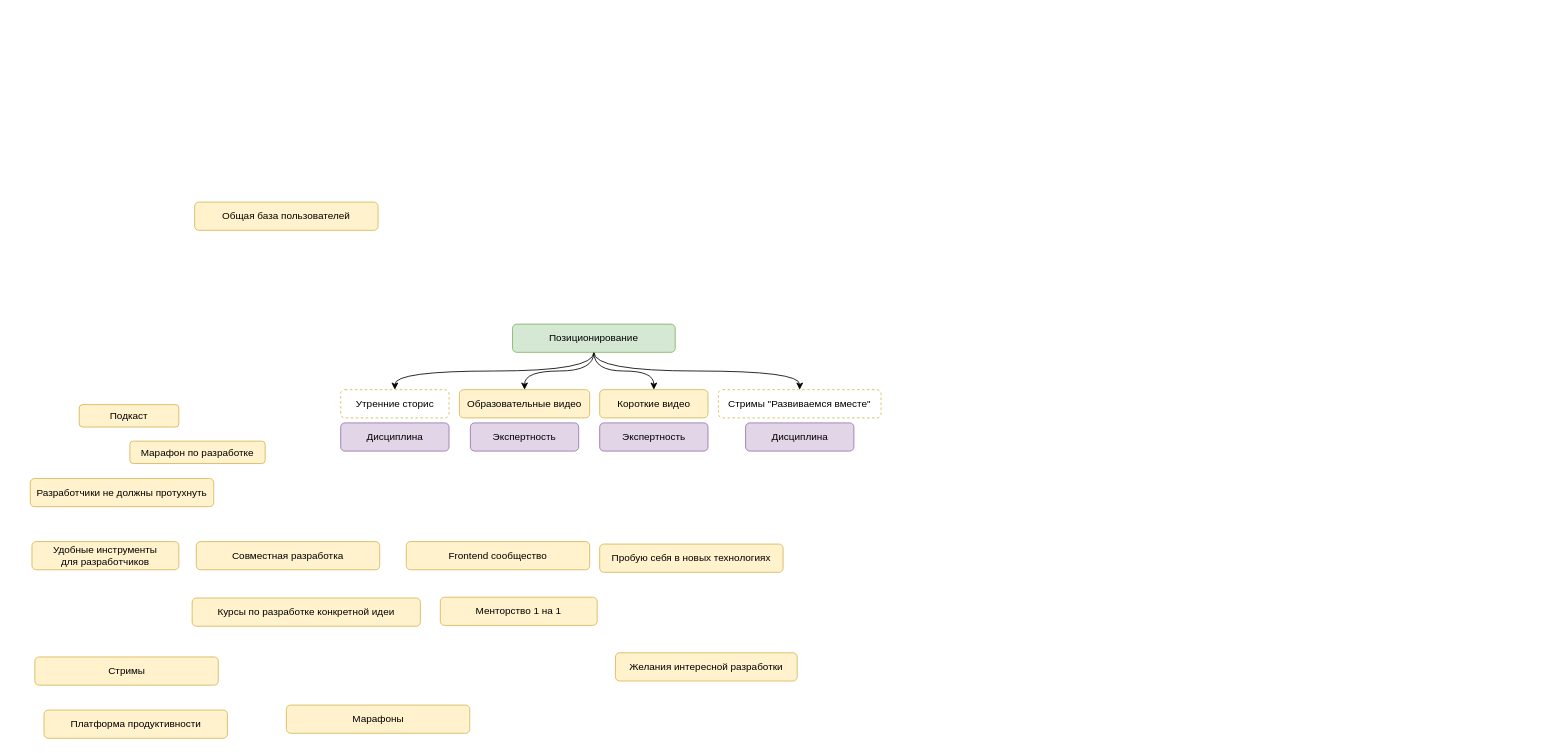
orlov-oleg-developer/uml-diagrams keeps this draw.io diagram as Ecosystem.drawio. Above is the earlier version. Source tidied: cells renumbered, new cells numbered last; positions are measured from the earlier drawing's top-left corner, leaving out a move shared by most shapes. Both pictures are drawn from the tidied source at 83%, with x=0, y=0 at pixel (30, 202).
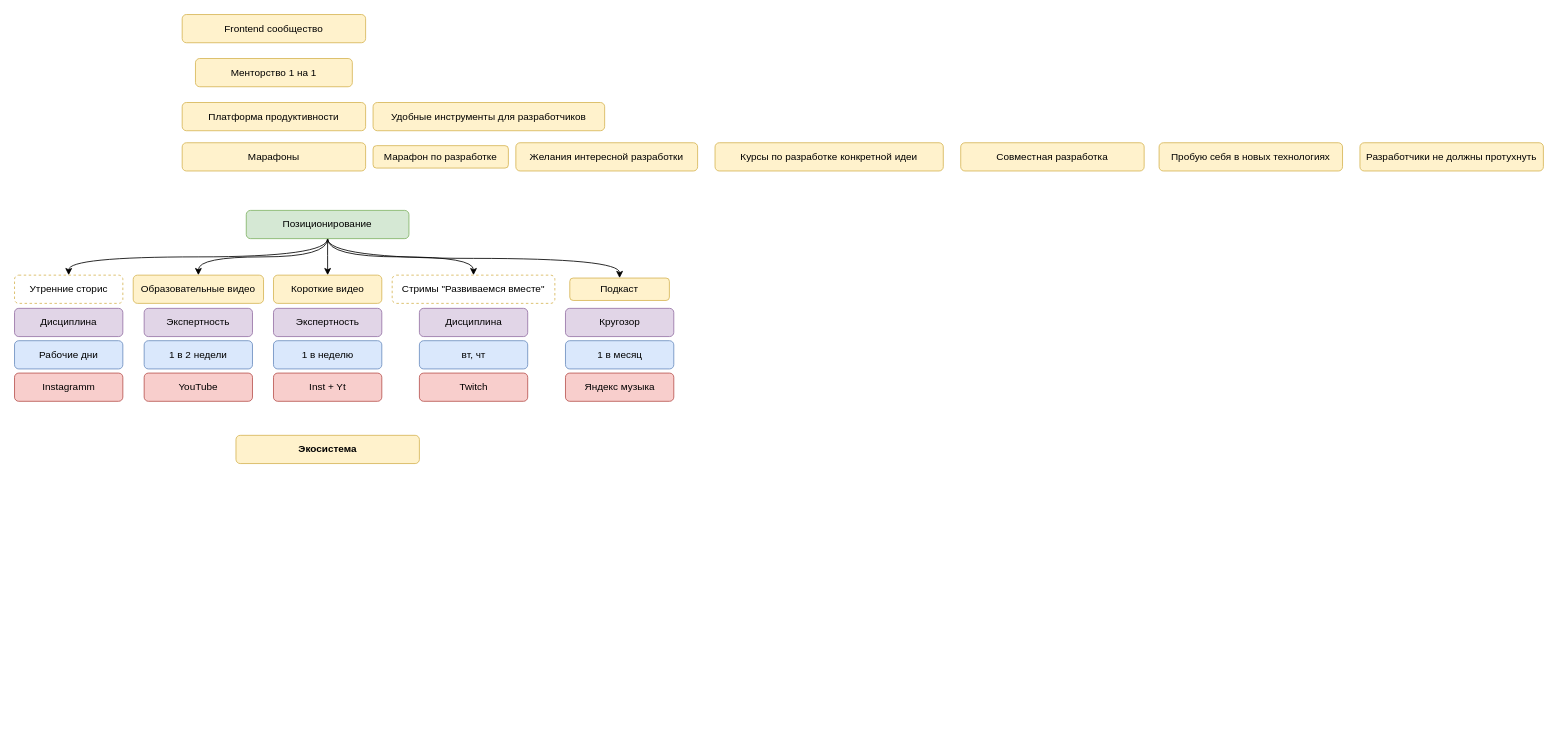
The same page after the edit.

Change to the diagram source:
```diff
@@
     <mxCell id="2" value="Подкаст" style="rounded=1;whiteSpace=wrap;html=1;fillColor=#fff2cc;strokeColor=#d6b656;" parent="1" vertex="1">
-      <mxGeometry x="59" y="244" width="120" height="27" as="geometry" />
+      <mxGeometry x="650" y="91.5" width="120" height="27" as="geometry" />
     </mxCell>
     <mxCell id="3" value="Курсы по разработке конкретной идеи" style="rounded=1;whiteSpace=wrap;html=1;fillColor=#fff2cc;strokeColor=#d6b656;" parent="1" vertex="1">
-      <mxGeometry x="195" y="477" width="275" height="34" as="geometry" />
+      <mxGeometry x="825" y="-71.5" width="275" height="34" as="geometry" />
     </mxCell>
     <mxCell id="4" value="Желания интересной разработки" style="rounded=1;whiteSpace=wrap;html=1;fillColor=#fff2cc;strokeColor=#d6b656;" parent="1" vertex="1">
-      <mxGeometry x="705" y="543" width="219" height="34" as="geometry" />
+      <mxGeometry x="585" y="-71.5" width="219" height="34" as="geometry" />
     </mxCell>
-    <mxCell id="5" value="Общая база пользователей" style="rounded=1;whiteSpace=wrap;html=1;fillColor=#fff2cc;strokeColor=#d6b656;" parent="1" vertex="1">
-      <mxGeometry x="198" width="221" height="34" as="geometry" />
+    <mxCell id="5" value="&lt;b&gt;Экосистема&lt;/b&gt;" style="rounded=1;whiteSpace=wrap;html=1;fillColor=#fff2cc;strokeColor=#d6b656;" parent="1" vertex="1">
+      <mxGeometry x="247.8" y="281" width="221" height="34" as="geometry" />
     </mxCell>
-    <mxCell id="6" value="Стримы" style="rounded=1;whiteSpace=wrap;html=1;fillColor=#fff2cc;strokeColor=#d6b656;" parent="1" vertex="1">
-      <mxGeometry x="5.5" y="548" width="221" height="34" as="geometry" />
-    </mxCell>
     <mxCell id="7" value="Марафоны" style="rounded=1;whiteSpace=wrap;html=1;fillColor=#fff2cc;strokeColor=#d6b656;" parent="1" vertex="1">
-      <mxGeometry x="308.5" y="606" width="221" height="34" as="geometry" />
+      <mxGeometry x="183" y="-71.5" width="221" height="34" as="geometry" />
     </mxCell>
     <mxCell id="8" value="Менторство 1 на 1" style="rounded=1;whiteSpace=wrap;html=1;fillColor=#fff2cc;strokeColor=#d6b656;" parent="1" vertex="1">
-      <mxGeometry x="494" y="476" width="189" height="34" as="geometry" />
+      <mxGeometry x="199" y="-173" width="189" height="34" as="geometry" />
     </mxCell>
     <mxCell id="9" value="Frontend сообщество" style="rounded=1;whiteSpace=wrap;html=1;fillColor=#fff2cc;strokeColor=#d6b656;" parent="1" vertex="1">
-      <mxGeometry x="453" y="409" width="221" height="34" as="geometry" />
+      <mxGeometry x="183" y="-226" width="221" height="34" as="geometry" />
     </mxCell>
     <mxCell id="10" value="Совместная разработка" style="rounded=1;whiteSpace=wrap;html=1;fillColor=#fff2cc;strokeColor=#d6b656;" parent="1" vertex="1">
-      <mxGeometry x="200" y="409" width="221" height="34" as="geometry" />
+      <mxGeometry x="1121" y="-71.5" width="221" height="34" as="geometry" />
     </mxCell>
@@
-    <mxCell id="14" style="edgeStyle=orthogonalEdgeStyle;shape=connector;curved=1;rounded=0;jettySize=auto;html=1;entryX=0.5;entryY=0;entryDx=0;entryDy=0;strokeColor=default;align=center;verticalAlign=middle;fontFamily=Helvetica;fontSize=11;fontColor=default;labelBackgroundColor=default;endArrow=classic;" parent="1" edge="1" source="15" target="23">
+    <mxCell id="14" style="edgeStyle=orthogonalEdgeStyle;shape=connector;curved=1;rounded=0;jettySize=auto;html=1;entryX=0.5;entryY=0;entryDx=0;entryDy=0;strokeColor=default;align=center;verticalAlign=middle;fontFamily=Helvetica;fontSize=11;fontColor=default;labelBackgroundColor=default;endArrow=classic;exitX=0.5;exitY=1;exitDx=0;exitDy=0;" parent="1" edge="1" source="15" target="23">
       <mxGeometry relative="1" as="geometry" />
     </mxCell>
+    <mxCell id="29" style="edgeStyle=orthogonalEdgeStyle;shape=connector;curved=1;rounded=0;jettySize=auto;html=1;entryX=0.5;entryY=0;entryDx=0;entryDy=0;strokeColor=default;align=center;verticalAlign=middle;fontFamily=Helvetica;fontSize=11;fontColor=default;labelBackgroundColor=default;endArrow=classic;exitX=0.5;exitY=1;exitDx=0;exitDy=0;" parent="1" edge="1" source="15" target="2">
+      <mxGeometry relative="1" as="geometry" />
+    </mxCell>
     <mxCell id="15" value="Позиционирование" style="rounded=1;whiteSpace=wrap;html=1;fillColor=#d5e8d4;strokeColor=#82b366;" parent="1" vertex="1">
-      <mxGeometry x="581" y="147" width="196" height="34" as="geometry" />
+      <mxGeometry x="260.2" y="10" width="196" height="34" as="geometry" />
     </mxCell>
     <mxCell id="16" value="Платформа продуктивности" style="rounded=1;whiteSpace=wrap;html=1;fillColor=#fff2cc;strokeColor=#d6b656;" parent="1" vertex="1">
-      <mxGeometry x="16.5" y="612" width="221" height="34" as="geometry" />
+      <mxGeometry x="183" y="-120" width="221" height="34" as="geometry" />
     </mxCell>
     <mxCell id="17" value="Разработчики не должны протухнуть" style="rounded=1;whiteSpace=wrap;html=1;fillColor=#fff2cc;strokeColor=#d6b656;" parent="1" vertex="1">
-      <mxGeometry y="333" width="221" height="34" as="geometry" />
+      <mxGeometry x="1602" y="-71.5" width="221" height="34" as="geometry" />
     </mxCell>
-    <mxCell id="18" value="Удобные инструменты &lt;br&gt;для разработчиков" style="rounded=1;whiteSpace=wrap;html=1;fillColor=#fff2cc;strokeColor=#d6b656;" parent="1" vertex="1">
-      <mxGeometry x="2" y="409" width="177" height="34" as="geometry" />
+    <mxCell id="18" value="Удобные инструменты для разработчиков" style="rounded=1;whiteSpace=wrap;html=1;fillColor=#fff2cc;strokeColor=#d6b656;" parent="1" vertex="1">
+      <mxGeometry x="413" y="-120" width="279" height="34" as="geometry" />
     </mxCell>
     <mxCell id="19" value="Пробую себя в новых технологиях" style="rounded=1;whiteSpace=wrap;html=1;fillColor=#fff2cc;strokeColor=#d6b656;" parent="1" vertex="1">
-      <mxGeometry x="686" y="412" width="221" height="34" as="geometry" />
+      <mxGeometry x="1360" y="-71.5" width="221" height="34" as="geometry" />
     </mxCell>
     <mxCell id="20" value="Стримы &quot;Развиваемся вместе&quot;" style="rounded=1;whiteSpace=wrap;html=1;fillColor=none;strokeColor=#d6b656;dashed=1;" parent="1" vertex="1">
-      <mxGeometry x="829" y="226" width="196" height="34" as="geometry" />
+      <mxGeometry x="436" y="88" width="196" height="34" as="geometry" />
     </mxCell>
     <mxCell id="21" value="Утренние сторис" style="rounded=1;whiteSpace=wrap;html=1;fillColor=none;strokeColor=#d6b656;dashed=1;" parent="1" vertex="1">
-      <mxGeometry x="374" y="226" width="130.5" height="34" as="geometry" />
+      <mxGeometry x="-19" y="88" width="130.5" height="34" as="geometry" />
     </mxCell>
     <mxCell id="22" value="Короткие видео" style="rounded=1;whiteSpace=wrap;html=1;fillColor=#fff2cc;strokeColor=#d6b656;" parent="1" vertex="1">
-      <mxGeometry x="686" y="226" width="130.5" height="34" as="geometry" />
+      <mxGeometry x="293" y="88" width="130.5" height="34" as="geometry" />
     </mxCell>
     <mxCell id="23" value="Образовательные видео" style="rounded=1;whiteSpace=wrap;html=1;fillColor=#fff2cc;strokeColor=#d6b656;" parent="1" vertex="1">
-      <mxGeometry x="517" y="226" width="157" height="34" as="geometry" />
+      <mxGeometry x="124" y="88" width="157" height="34" as="geometry" />
     </mxCell>
     <mxCell id="24" value="Дисциплина" style="rounded=1;whiteSpace=wrap;html=1;fillColor=#e1d5e7;strokeColor=#9673a6;" parent="1" vertex="1">
-      <mxGeometry x="374" y="266" width="130.5" height="34" as="geometry" />
+      <mxGeometry x="-19" y="128" width="130.5" height="34" as="geometry" />
     </mxCell>
     <mxCell id="25" value="Экспертность" style="rounded=1;whiteSpace=wrap;html=1;fillColor=#e1d5e7;strokeColor=#9673a6;" parent="1" vertex="1">
-      <mxGeometry x="530.2" y="266" width="130.5" height="34" as="geometry" />
+      <mxGeometry x="137.2" y="128" width="130.5" height="34" as="geometry" />
     </mxCell>
     <mxCell id="26" value="Экспертность" style="rounded=1;whiteSpace=wrap;html=1;fillColor=#e1d5e7;strokeColor=#9673a6;" parent="1" vertex="1">
-      <mxGeometry x="686" y="266" width="130.5" height="34" as="geometry" />
+      <mxGeometry x="293" y="128" width="130.5" height="34" as="geometry" />
     </mxCell>
     <mxCell id="27" value="Дисциплина" style="rounded=1;whiteSpace=wrap;html=1;fillColor=#e1d5e7;strokeColor=#9673a6;" parent="1" vertex="1">
-      <mxGeometry x="861.8" y="266" width="130.5" height="34" as="geometry" />
+      <mxGeometry x="468.8" y="128" width="130.5" height="34" as="geometry" />
     </mxCell>
     <mxCell id="28" value="Марафон по разработке" style="rounded=1;whiteSpace=wrap;html=1;fillColor=#fff2cc;strokeColor=#d6b656;" parent="1" vertex="1">
-      <mxGeometry x="120" y="288" width="163" height="27" as="geometry" />
+      <mxGeometry x="413" y="-68" width="163" height="27" as="geometry" />
     </mxCell>
+    <mxCell id="30" value="Instagramm" style="rounded=1;whiteSpace=wrap;html=1;fillColor=#f8cecc;strokeColor=#b85450;" parent="1" vertex="1">
+      <mxGeometry x="-19" y="206" width="130.5" height="34" as="geometry" />
+    </mxCell>
+    <mxCell id="31" value="YouTube" style="rounded=1;whiteSpace=wrap;html=1;fillColor=#f8cecc;strokeColor=#b85450;" parent="1" vertex="1">
+      <mxGeometry x="137.2" y="206" width="130.5" height="34" as="geometry" />
+    </mxCell>
+    <mxCell id="32" value="Inst + Yt" style="rounded=1;whiteSpace=wrap;html=1;fillColor=#f8cecc;strokeColor=#b85450;" parent="1" vertex="1">
+      <mxGeometry x="293" y="206" width="130.5" height="34" as="geometry" />
+    </mxCell>
+    <mxCell id="33" value="Twitch" style="rounded=1;whiteSpace=wrap;html=1;fillColor=#f8cecc;strokeColor=#b85450;" parent="1" vertex="1">
+      <mxGeometry x="468.8" y="206" width="130.5" height="34" as="geometry" />
+    </mxCell>
+    <mxCell id="34" value="Кругозор" style="rounded=1;whiteSpace=wrap;html=1;fillColor=#e1d5e7;strokeColor=#9673a6;" parent="1" vertex="1">
+      <mxGeometry x="644.8" y="128" width="130.5" height="34" as="geometry" />
+    </mxCell>
+    <mxCell id="35" value="Яндекс музыка" style="rounded=1;whiteSpace=wrap;html=1;fillColor=#f8cecc;strokeColor=#b85450;" parent="1" vertex="1">
+      <mxGeometry x="644.8" y="206" width="130.5" height="34" as="geometry" />
+    </mxCell>
+    <mxCell id="36" value="Рабочие дни" style="rounded=1;whiteSpace=wrap;html=1;fillColor=#dae8fc;strokeColor=#6c8ebf;" parent="1" vertex="1">
+      <mxGeometry x="-19" y="167" width="130.5" height="34" as="geometry" />
+    </mxCell>
+    <mxCell id="37" value="1 в 2 недели" style="rounded=1;whiteSpace=wrap;html=1;fillColor=#dae8fc;strokeColor=#6c8ebf;" parent="1" vertex="1">
+      <mxGeometry x="137.2" y="167" width="130.5" height="34" as="geometry" />
+    </mxCell>
+    <mxCell id="38" value="1 в неделю" style="rounded=1;whiteSpace=wrap;html=1;fillColor=#dae8fc;strokeColor=#6c8ebf;" parent="1" vertex="1">
+      <mxGeometry x="293" y="167" width="130.5" height="34" as="geometry" />
+    </mxCell>
+    <mxCell id="39" value="вт, чт" style="rounded=1;whiteSpace=wrap;html=1;fillColor=#dae8fc;strokeColor=#6c8ebf;" parent="1" vertex="1">
+      <mxGeometry x="468.8" y="167" width="130.5" height="34" as="geometry" />
+    </mxCell>
+    <mxCell id="40" value="1 в месяц" style="rounded=1;whiteSpace=wrap;html=1;fillColor=#dae8fc;strokeColor=#6c8ebf;" parent="1" vertex="1">
+      <mxGeometry x="644.8" y="167" width="130.5" height="34" as="geometry" />
+    </mxCell>
```
